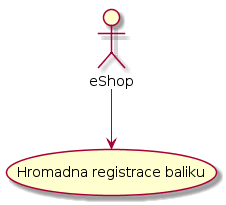
Before: docs/diagrams/out/ucs-eshop.png, a diagram exported from PlantUML (Internet-Handel/postman).
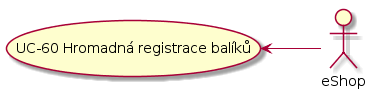
The same file after the commit.

Diff of the diagram source:
```diff
@@ -1,7 +1,9 @@
 @startuml
+left to right direction
+
 actor :eShop: as eShop
 
-(Hromadna registrace baliku) as (registration2)
+(UC-60 Hromadná registrace balíků) as (UC-60)
 
-eShop --> (registration2)
+eShop -up-> (UC-60)
 @enduml
```
